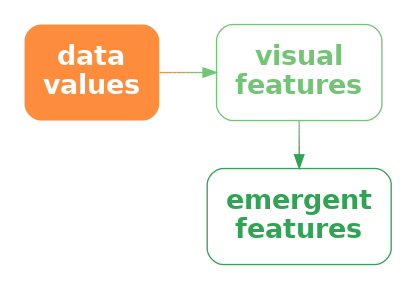
The Graphviz diagram Diagrams/data-vis-vis.png in pmur002/hdvw, before a commit. Its source is kept beside it as Diagrams/data-vis-vis.dot.
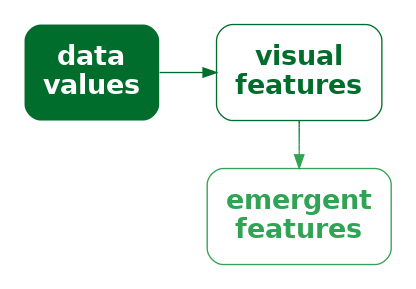
The same file after the commit.

What changed in the source:
```diff
@@ -1,12 +1,12 @@
 digraph {
   graph [ rankdir=LR; margin=.2; nodesep=.5 ];
   node [ fontsize=20; fontname="sans bold"; margin=.2 ];
-  data [ label="data\nvalues"; shape=box; style="filled, rounded"; penwidth=0; fontcolor=white; fillcolor="#FD8D3C" ]
+  data [ label="data\nvalues"; shape=box; style="filled, rounded"; penwidth=0; fontcolor=white; fillcolor="#006D2C" ]
   vis [ label="visual\nfeatures"; shape=box;
-     style="rounded"; color="#74C476"; fontcolor="#74C476" ]
+     style="rounded"; color="#006D2C"; fontcolor="#006D2C" ]
   add [ label="emergent\nfeatures"; shape=box;
      style="rounded"; color="#31A354"; fontcolor="#31A354" ]
-  data -> vis [ style="bold"; penwidth=1; color="#FD8D3C;0.1:#EE9342;0.1:#DF9949;0.1:#CF9F4F;0.1:#C0A556;0.1:#B1AC5C;0.1:#A2B263;0.1:#92B869;0.1:#83BE70;0.1:#74C476;0.1" ]
-  vis -> add [ style="solid", color="#74C476;0.1:#6DC072;0.1:#65BD6E;0.1:#5EB96B;0.1:#56B567;0.1:#4FB263;0.1:#47AE5F;0.1:#40AA5C;0.1:#38A758;0.1:#31A354;0.1" ]
+  data -> vis [ style="bold"; penwidth=1; color="#006D2C" ]
+  vis -> add [ style="solid", color="#006D2C;0.1:#057330;0.1:#0B7935;0.1:#107F39;0.1:#16853E;0.1:#1B8B42;0.1:#219147;0.1:#26974B;0.1:#2C9D50;0.1:#31A354;0.1" ]
 { rank=same; vis, add }
 }
```
